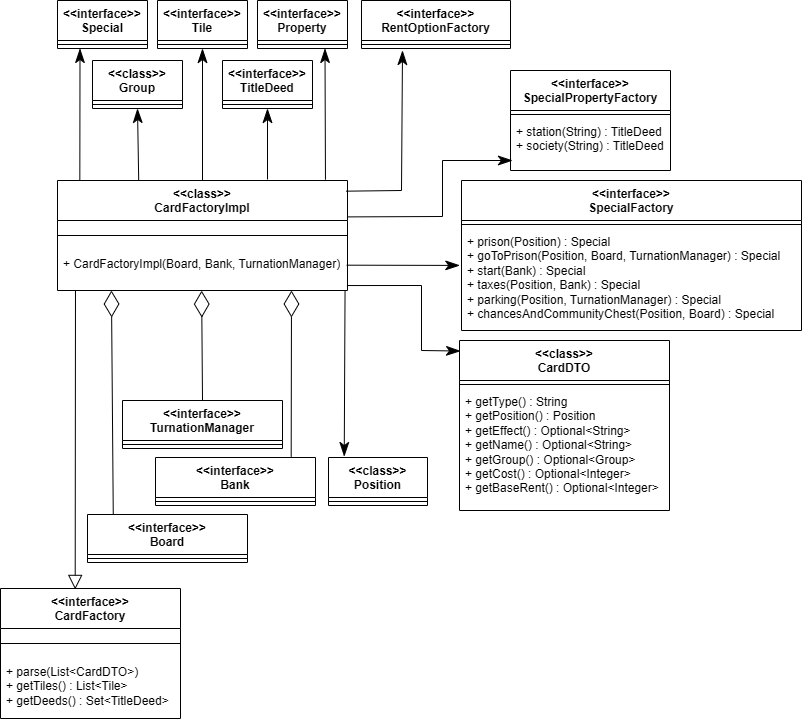
Above: report/img/prati/CardFactory.png in unibo-oop-projects/OOP24-AlessioMinnitiAlessioMinnitistudi-MartinaRavaioli-AlessioMinniti-DavideRossi-LucasPrati-mpoly (draw.io), before the change. Source tidied: cells renumbered, new cells last; positions are measured from the earlier drawing's top-left corner, leaving out a move shared by most shapes.
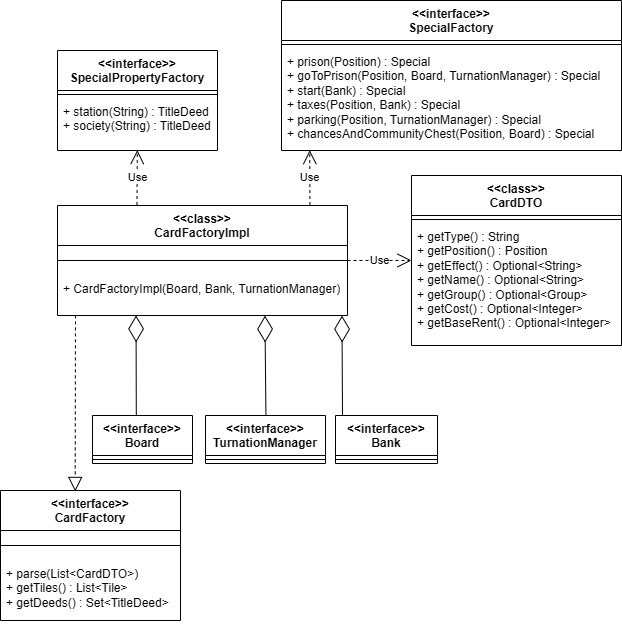
After the commit.

Commit message:
[Report - Prati] fix img/prati/

Change to the diagram source:
```diff
@@ -12,92 +12,46 @@
       <mxGeometry y="70" width="290" height="40" as="geometry" />
     </mxCell>
     <mxCell id="5" value="&amp;lt;&amp;lt;interface&amp;gt;&amp;gt;&lt;div&gt;Board&lt;/div&gt;" style="swimlane;fontStyle=1;align=center;verticalAlign=top;horizontal=1;startSize=40;whiteSpace=wrap;html=1;" parent="1" vertex="1">
-      <mxGeometry x="87" y="514" width="160" height="48" as="geometry" />
+      <mxGeometry x="92" y="390" width="100" height="48" as="geometry" />
     </mxCell>
     <mxCell id="6" style="line;strokeWidth=1;fillColor=none;align=left;verticalAlign=middle;spacingTop=-1;spacingLeft=3;spacingRight=3;labelPosition=right;strokeColor=inherit;" parent="5" vertex="1">
-      <mxGeometry y="40" width="160" height="8" as="geometry" />
+      <mxGeometry y="40" width="100" height="8" as="geometry" />
     </mxCell>
-    <mxCell id="7" style="endArrow=diamondThin;endFill=0;endSize=24;html=1;rounded=0;exitX=0.161;exitY=0.004;exitDx=0;exitDy=0;exitPerimeter=0;entryX=0.186;entryY=1;entryDx=0;entryDy=0;entryPerimeter=0;" parent="1" edge="1" source="5" target="4">
-      <mxGeometry relative="1" as="geometry" />
+    <mxCell id="7" style="endArrow=diamondThin;endFill=0;endSize=24;html=1;rounded=0;exitX=0.418;exitY=-0.002;exitDx=0;exitDy=0;exitPerimeter=0;entryX=0.295;entryY=0.997;entryDx=0;entryDy=0;entryPerimeter=0;" parent="1" edge="1">
+      <mxGeometry relative="1" as="geometry">
+        <mxPoint x="135.8" y="389.9" as="sourcePoint" />
+        <mxPoint x="135.5" y="289.9" as="targetPoint" />
+      </mxGeometry>
     </mxCell>
     <mxCell id="8" value="&amp;lt;&amp;lt;interface&amp;gt;&amp;gt;&lt;div&gt;TurnationManager&lt;/div&gt;" style="swimlane;fontStyle=1;align=center;verticalAlign=top;horizontal=1;startSize=40;whiteSpace=wrap;html=1;" parent="1" vertex="1">
-      <mxGeometry x="122" y="400" width="160" height="48" as="geometry" />
+      <mxGeometry x="205" y="390" width="120" height="48" as="geometry" />
     </mxCell>
     <mxCell id="9" style="line;strokeWidth=1;fillColor=none;align=left;verticalAlign=middle;spacingTop=-1;spacingLeft=3;spacingRight=3;labelPosition=right;strokeColor=inherit;" parent="8" vertex="1">
-      <mxGeometry y="40" width="160" height="8" as="geometry" />
+      <mxGeometry y="40" width="120" height="8" as="geometry" />
     </mxCell>
-    <mxCell id="10" style="endArrow=diamondThin;endFill=0;endSize=24;html=1;rounded=0;exitX=0.5;exitY=0;exitDx=0;exitDy=0;entryX=0.497;entryY=1.003;entryDx=0;entryDy=0;entryPerimeter=0;" parent="1" edge="1" source="8" target="4">
-      <mxGeometry relative="1" as="geometry" />
+    <mxCell id="10" style="endArrow=diamondThin;endFill=0;endSize=24;html=1;rounded=0;exitX=0.262;exitY=0.002;exitDx=0;exitDy=0;entryX=0.636;entryY=1.002;entryDx=0;entryDy=0;entryPerimeter=0;exitPerimeter=0;" parent="1" edge="1">
+      <mxGeometry relative="1" as="geometry">
+        <mxPoint x="265.4" y="390.1" as="sourcePoint" />
+        <mxPoint x="264.4" y="290.1" as="targetPoint" />
+      </mxGeometry>
     </mxCell>
-    <mxCell id="11" style="endArrow=diamondThin;endFill=0;endSize=24;html=1;rounded=0;exitX=0.848;exitY=-0.017;exitDx=0;exitDy=0;exitPerimeter=0;" parent="1" edge="1" source="12">
+    <mxCell id="11" style="endArrow=diamondThin;endFill=0;endSize=24;html=1;rounded=0;exitX=0;exitY=0;exitDx=0;exitDy=0;entryX=0.981;entryY=1.003;entryDx=0;entryDy=0;entryPerimeter=0;" parent="1" edge="1">
       <mxGeometry relative="1" as="geometry">
-        <mxPoint x="291" y="290" as="targetPoint" />
+        <mxPoint x="342" y="390" as="sourcePoint" />
+        <mxPoint x="341.5" y="290.1" as="targetPoint" />
       </mxGeometry>
     </mxCell>
     <mxCell id="12" value="&amp;lt;&amp;lt;interface&amp;gt;&amp;gt;&lt;div&gt;Bank&lt;/div&gt;" style="swimlane;fontStyle=1;align=center;verticalAlign=top;horizontal=1;startSize=40;whiteSpace=wrap;html=1;" parent="1" vertex="1">
-      <mxGeometry x="155" y="457" width="160" height="48" as="geometry" />
+      <mxGeometry x="335" y="390" width="102" height="48" as="geometry" />
     </mxCell>
     <mxCell id="13" style="line;strokeWidth=1;fillColor=none;align=left;verticalAlign=middle;spacingTop=-1;spacingLeft=3;spacingRight=3;labelPosition=right;strokeColor=inherit;" parent="12" vertex="1">
-      <mxGeometry y="40" width="160" height="8" as="geometry" />
+      <mxGeometry y="40" width="102" height="8" as="geometry" />
     </mxCell>
-    <mxCell id="14" value="&amp;lt;&amp;lt;interface&amp;gt;&amp;gt;&lt;div&gt;Special&lt;/div&gt;" style="swimlane;fontStyle=1;align=center;verticalAlign=top;horizontal=1;startSize=40;whiteSpace=wrap;html=1;" parent="1" vertex="1">
-      <mxGeometry x="57" width="90" height="48" as="geometry" />
-    </mxCell>
-    <mxCell id="15" style="line;strokeWidth=1;fillColor=none;align=left;verticalAlign=middle;spacingTop=-1;spacingLeft=3;spacingRight=3;labelPosition=right;strokeColor=inherit;" parent="14" vertex="1">
-      <mxGeometry y="40" width="90" height="8" as="geometry" />
-    </mxCell>
-    <mxCell id="16" value="&amp;lt;&amp;lt;interface&amp;gt;&amp;gt;&lt;div&gt;Tile&lt;/div&gt;" style="swimlane;fontStyle=1;align=center;verticalAlign=top;horizontal=1;startSize=40;whiteSpace=wrap;html=1;" parent="1" vertex="1">
-      <mxGeometry x="157" width="90" height="48" as="geometry" />
-    </mxCell>
-    <mxCell id="17" style="line;strokeWidth=1;fillColor=none;align=left;verticalAlign=middle;spacingTop=-1;spacingLeft=3;spacingRight=3;labelPosition=right;strokeColor=inherit;" parent="16" vertex="1">
-      <mxGeometry y="40" width="90" height="8" as="geometry" />
-    </mxCell>
-    <mxCell id="18" value="&amp;lt;&amp;lt;interface&amp;gt;&amp;gt;&lt;div&gt;Property&lt;/div&gt;" style="swimlane;fontStyle=1;align=center;verticalAlign=top;horizontal=1;startSize=40;whiteSpace=wrap;html=1;" parent="1" vertex="1">
-      <mxGeometry x="257" width="90" height="48" as="geometry" />
-    </mxCell>
-    <mxCell id="19" style="line;strokeWidth=1;fillColor=none;align=left;verticalAlign=middle;spacingTop=-1;spacingLeft=3;spacingRight=3;labelPosition=right;strokeColor=inherit;" parent="18" vertex="1">
-      <mxGeometry y="40" width="90" height="8" as="geometry" />
-    </mxCell>
-    <mxCell id="20" value="&amp;lt;&amp;lt;interface&amp;gt;&amp;gt;&lt;div&gt;TitleDeed&lt;/div&gt;" style="swimlane;fontStyle=1;align=center;verticalAlign=top;horizontal=1;startSize=40;whiteSpace=wrap;html=1;" parent="1" vertex="1">
-      <mxGeometry x="222" y="60" width="90" height="48" as="geometry" />
-    </mxCell>
-    <mxCell id="21" style="line;strokeWidth=1;fillColor=none;align=left;verticalAlign=middle;spacingTop=-1;spacingLeft=3;spacingRight=3;labelPosition=right;strokeColor=inherit;" parent="20" vertex="1">
-      <mxGeometry y="40" width="90" height="8" as="geometry" />
-    </mxCell>
-    <mxCell id="22" value="&lt;div&gt;&amp;lt;&amp;lt;class&amp;gt;&amp;gt;&lt;/div&gt;&lt;div&gt;Group&lt;/div&gt;" style="swimlane;fontStyle=1;align=center;verticalAlign=top;horizontal=1;startSize=40;whiteSpace=wrap;html=1;" parent="1" vertex="1">
-      <mxGeometry x="92" y="60" width="90" height="48" as="geometry" />
-    </mxCell>
-    <mxCell id="23" style="line;strokeWidth=1;fillColor=none;align=left;verticalAlign=middle;spacingTop=-1;spacingLeft=3;spacingRight=3;labelPosition=right;strokeColor=inherit;" parent="22" vertex="1">
-      <mxGeometry y="40" width="90" height="8" as="geometry" />
-    </mxCell>
-    <mxCell id="24" style="endArrow=classicThin;endFill=1;endSize=12;html=1;rounded=0;exitX=0.5;exitY=0;exitDx=0;exitDy=0;entryX=0.5;entryY=1;entryDx=0;entryDy=0;" parent="1" edge="1" source="2" target="16">
-      <mxGeometry relative="1" as="geometry" />
-    </mxCell>
-    <mxCell id="25" style="endArrow=classicThin;endFill=1;endSize=12;html=1;rounded=0;exitX=0.5;exitY=1;exitDx=0;exitDy=0;entryX=0.5;entryY=1;entryDx=0;entryDy=0;" parent="1" edge="1" target="20">
-      <mxGeometry relative="1" as="geometry">
-        <mxPoint x="267" y="179" as="sourcePoint" />
-      </mxGeometry>
-    </mxCell>
-    <mxCell id="26" style="endArrow=classicThin;endFill=1;endSize=12;html=1;rounded=0;exitX=0.28;exitY=-0.001;exitDx=0;exitDy=0;entryX=0.5;entryY=1;entryDx=0;entryDy=0;exitPerimeter=0;" parent="1" edge="1" source="2" target="22">
-      <mxGeometry relative="1" as="geometry" />
-    </mxCell>
-    <mxCell id="27" style="endArrow=classicThin;endFill=1;endSize=12;html=1;rounded=0;exitX=0.077;exitY=-0.001;exitDx=0;exitDy=0;entryX=0.25;entryY=1;entryDx=0;entryDy=0;strokeColor=default;exitPerimeter=0;" parent="1" edge="1" source="2" target="14">
-      <mxGeometry relative="1" as="geometry" />
-    </mxCell>
-    <mxCell id="28" style="endArrow=classicThin;endFill=1;endSize=12;html=1;rounded=0;entryX=0.75;entryY=1;entryDx=0;entryDy=0;exitX=0.924;exitY=-0.007;exitDx=0;exitDy=0;exitPerimeter=0;" parent="1" edge="1" source="2" target="18">
-      <mxGeometry relative="1" as="geometry" />
-    </mxCell>
-    <mxCell id="29" value="&amp;lt;&amp;lt;class&amp;gt;&amp;gt;&lt;div&gt;Position&lt;/div&gt;" style="swimlane;fontStyle=1;align=center;verticalAlign=top;horizontal=1;startSize=40;whiteSpace=wrap;html=1;" parent="1" vertex="1">
-      <mxGeometry x="328" y="457" width="99" height="48" as="geometry" />
-    </mxCell>
-    <mxCell id="30" style="line;strokeWidth=1;fillColor=none;align=left;verticalAlign=middle;spacingTop=-1;spacingLeft=3;spacingRight=3;labelPosition=right;strokeColor=inherit;" parent="29" vertex="1">
-      <mxGeometry y="40" width="99" height="8" as="geometry" />
-    </mxCell>
-    <mxCell id="31" style="endArrow=block;endFill=0;endSize=12;html=1;rounded=0;entryX=0.415;entryY=0.007;entryDx=0;entryDy=0;exitX=0.062;exitY=0.997;exitDx=0;exitDy=0;exitPerimeter=0;entryPerimeter=0;" parent="1" edge="1" source="4" target="45">
+    <mxCell id="31" style="endArrow=block;endFill=0;endSize=12;html=1;rounded=0;entryX=0.415;entryY=0.007;entryDx=0;entryDy=0;exitX=0.062;exitY=0.997;exitDx=0;exitDy=0;exitPerimeter=0;entryPerimeter=0;dashed=1;" parent="1" edge="1" source="4" target="45">
       <mxGeometry relative="1" as="geometry" />
     </mxCell>
     <mxCell id="32" value="&amp;lt;&amp;lt;class&amp;gt;&amp;gt;&lt;div&gt;CardDTO&lt;/div&gt;" style="swimlane;fontStyle=1;align=center;verticalAlign=top;horizontal=1;startSize=40;whiteSpace=wrap;html=1;" parent="1" vertex="1">
-      <mxGeometry x="459" y="340" width="210" height="170" as="geometry" />
+      <mxGeometry x="411" y="150" width="210" height="170" as="geometry" />
     </mxCell>
     <mxCell id="33" style="line;strokeWidth=1;fillColor=none;align=left;verticalAlign=middle;spacingTop=-1;spacingLeft=3;spacingRight=3;labelPosition=right;strokeColor=inherit;" parent="32" vertex="1">
       <mxGeometry y="40" width="210" height="8" as="geometry" />
@@ -106,7 +60,7 @@
       <mxGeometry y="48" width="210" height="122" as="geometry" />
     </mxCell>
     <mxCell id="35" value="&amp;lt;&amp;lt;interface&amp;gt;&amp;gt;&lt;div&gt;SpecialFactory&lt;/div&gt;" style="swimlane;fontStyle=1;align=center;verticalAlign=top;horizontal=1;startSize=40;whiteSpace=wrap;html=1;" parent="1" vertex="1">
-      <mxGeometry x="461" y="180" width="340" height="150" as="geometry" />
+      <mxGeometry x="281" y="-25" width="340" height="150" as="geometry" />
     </mxCell>
     <mxCell id="36" style="line;strokeWidth=1;fillColor=none;align=left;verticalAlign=middle;spacingTop=-1;spacingLeft=3;spacingRight=3;labelPosition=right;strokeColor=inherit;" parent="35" vertex="1">
       <mxGeometry y="40" width="340" height="8" as="geometry" />
@@ -115,7 +69,7 @@
       <mxGeometry y="48" width="340" height="102" as="geometry" />
     </mxCell>
     <mxCell id="38" value="&amp;lt;&amp;lt;interface&amp;gt;&amp;gt;&lt;div&gt;SpecialPropertyFactory&lt;/div&gt;" style="swimlane;fontStyle=1;align=center;verticalAlign=top;horizontal=1;startSize=40;whiteSpace=wrap;html=1;" parent="1" vertex="1">
-      <mxGeometry x="510" y="70" width="160" height="100" as="geometry" />
+      <mxGeometry x="57" y="25" width="160" height="100" as="geometry" />
     </mxCell>
     <mxCell id="39" style="line;strokeWidth=1;fillColor=none;align=left;verticalAlign=middle;spacingTop=-1;spacingLeft=3;spacingRight=3;labelPosition=right;strokeColor=inherit;" parent="38" vertex="1">
       <mxGeometry y="40" width="160" height="8" as="geometry" />
@@ -123,32 +77,8 @@
     <mxCell id="40" value="&lt;div&gt;+ station(String) : TitleDeed&lt;/div&gt;&lt;div&gt;+ society(String) : TitleDeed&lt;/div&gt;" style="text;strokeColor=none;fillColor=none;align=left;verticalAlign=top;spacingLeft=4;spacingRight=4;overflow=hidden;points=[[0,0.5],[1,0.5]];portConstraint=eastwest;whiteSpace=wrap;html=1;" parent="38" vertex="1">
       <mxGeometry y="48" width="160" height="52" as="geometry" />
     </mxCell>
-    <mxCell id="41" value="&amp;lt;&amp;lt;interface&amp;gt;&amp;gt;&lt;div&gt;RentOptionFactory&lt;/div&gt;" style="swimlane;fontStyle=1;align=center;verticalAlign=top;horizontal=1;startSize=40;whiteSpace=wrap;html=1;" parent="1" vertex="1">
-      <mxGeometry x="361" width="149" height="48" as="geometry" />
-    </mxCell>
-    <mxCell id="42" style="line;strokeWidth=1;fillColor=none;align=left;verticalAlign=middle;spacingTop=-1;spacingLeft=3;spacingRight=3;labelPosition=right;strokeColor=inherit;" parent="41" vertex="1">
-      <mxGeometry y="40" width="149" height="8" as="geometry" />
-    </mxCell>
-    <mxCell id="43" style="endArrow=classicThin;endFill=1;endSize=12;html=1;rounded=0;exitX=0;exitY=0.5;exitDx=0;exitDy=0;entryX=1.001;entryY=0.136;entryDx=0;entryDy=0;entryPerimeter=0;" parent="1" edge="1">
-      <mxGeometry relative="1" as="geometry">
-        <mxPoint x="347.3" y="216.4" as="sourcePoint" />
-        <mxPoint x="512" y="160" as="targetPoint" />
-        <Array as="points">
-          <mxPoint x="442" y="216" />
-          <mxPoint x="442" y="160" />
-        </Array>
-      </mxGeometry>
-    </mxCell>
-    <mxCell id="44" style="endArrow=classicThin;endFill=1;endSize=12;html=1;rounded=0;exitX=0.996;exitY=0.097;exitDx=0;exitDy=0;exitPerimeter=0;" parent="1" edge="1" source="2">
-      <mxGeometry relative="1" as="geometry">
-        <mxPoint x="402" y="50" as="targetPoint" />
-        <Array as="points">
-          <mxPoint x="401" y="190" />
-        </Array>
-      </mxGeometry>
-    </mxCell>
     <mxCell id="45" value="&amp;lt;&amp;lt;interface&amp;gt;&amp;gt;&lt;br&gt;&lt;div&gt;CardFactory&lt;/div&gt;" style="swimlane;fontStyle=1;align=center;verticalAlign=top;horizontal=1;startSize=40;whiteSpace=wrap;html=1;" parent="1" vertex="1">
-      <mxGeometry y="588" width="180" height="130" as="geometry" />
+      <mxGeometry y="465" width="180" height="130" as="geometry" />
     </mxCell>
     <mxCell id="46" style="line;strokeWidth=1;fillColor=none;align=left;verticalAlign=middle;spacingTop=-1;spacingLeft=3;spacingRight=3;labelPosition=right;strokeColor=inherit;" parent="45" vertex="1">
       <mxGeometry y="40" width="180" height="30" as="geometry" />
@@ -156,21 +86,17 @@
     <mxCell id="47" value="&lt;div&gt;&lt;span style=&quot;background-color: transparent; color: light-dark(rgb(0, 0, 0), rgb(255, 255, 255));&quot;&gt;+ parse(List&amp;lt;CardDTO&amp;gt;)&lt;/span&gt;&lt;/div&gt;&lt;div&gt;+ getTiles() :&amp;nbsp;&lt;span style=&quot;background-color: transparent; color: light-dark(rgb(0, 0, 0), rgb(255, 255, 255));&quot;&gt;List&amp;lt;Tile&amp;gt;&lt;/span&gt;&lt;/div&gt;&lt;div&gt;+ getDeeds() :&amp;nbsp;&lt;span style=&quot;background-color: transparent; color: light-dark(rgb(0, 0, 0), rgb(255, 255, 255));&quot;&gt;Set&amp;lt;TitleDeed&amp;gt;&lt;/span&gt;&lt;/div&gt;" style="text;strokeColor=none;fillColor=none;align=left;verticalAlign=top;spacingLeft=4;spacingRight=4;overflow=hidden;whiteSpace=wrap;html=1;" parent="45" vertex="1">
       <mxGeometry y="70" width="180" height="60" as="geometry" />
     </mxCell>
-    <mxCell id="48" style="endArrow=classicThin;endFill=1;endSize=12;html=1;rounded=0;exitX=0.997;exitY=0.367;exitDx=0;exitDy=0;entryX=-0.005;entryY=0.362;entryDx=0;entryDy=0;exitPerimeter=0;entryPerimeter=0;" parent="1" edge="1" source="4" target="37">
-      <mxGeometry relative="1" as="geometry" />
-    </mxCell>
-    <mxCell id="49" style="endArrow=classicThin;endFill=1;endSize=12;html=1;rounded=0;entryX=0.005;entryY=0.062;entryDx=0;entryDy=0;entryPerimeter=0;exitX=0.998;exitY=0.876;exitDx=0;exitDy=0;exitPerimeter=0;" parent="1" edge="1" source="4" target="32">
-      <mxGeometry relative="1" as="geometry">
-        <Array as="points">
-          <mxPoint x="421" y="285" />
-          <mxPoint x="421" y="350" />
-        </Array>
-      </mxGeometry>
-    </mxCell>
-    <mxCell id="50" style="endArrow=classicThin;endFill=1;endSize=12;html=1;rounded=0;entryX=0.159;entryY=-0.02;entryDx=0;entryDy=0;exitX=0.995;exitY=1.003;exitDx=0;exitDy=0;exitPerimeter=0;entryPerimeter=0;" parent="1" edge="1" target="29">
-      <mxGeometry relative="1" as="geometry">
-        <mxPoint x="344.5" y="290.1" as="sourcePoint" />
-      </mxGeometry>
-    </mxCell>
+    <mxCell id="51" value="Use" style="endArrow=open;endSize=12;dashed=1;html=1;rounded=0;entryX=0.499;entryY=0.992;entryDx=0;entryDy=0;entryPerimeter=0;exitX=0.274;exitY=-0.005;exitDx=0;exitDy=0;exitPerimeter=0;" parent="1" edge="1" source="2" target="40">
+      <mxGeometry relative="1" as="geometry" />
+    </mxCell>
+    <mxCell id="52" value="Use" style="endArrow=open;endSize=12;dashed=1;html=1;rounded=0;exitX=0.867;exitY=-0.004;exitDx=0;exitDy=0;exitPerimeter=0;entryX=0.139;entryY=0.997;entryDx=0;entryDy=0;entryPerimeter=0;" parent="1" edge="1">
+      <mxGeometry relative="1" as="geometry">
+        <mxPoint x="309.4" y="179.6" as="sourcePoint" />
+        <mxPoint x="309.3" y="124.7" as="targetPoint" />
+      </mxGeometry>
+    </mxCell>
+    <mxCell id="53" value="Use" style="endArrow=open;endSize=12;dashed=1;html=1;rounded=0;exitX=1;exitY=0.5;exitDx=0;exitDy=0;entryX=0;entryY=0.303;entryDx=0;entryDy=0;entryPerimeter=0;" parent="1" edge="1" source="2" target="34">
+      <mxGeometry relative="1" as="geometry" />
+    </mxCell>
   </root>
 </mxGraphModel>
```
